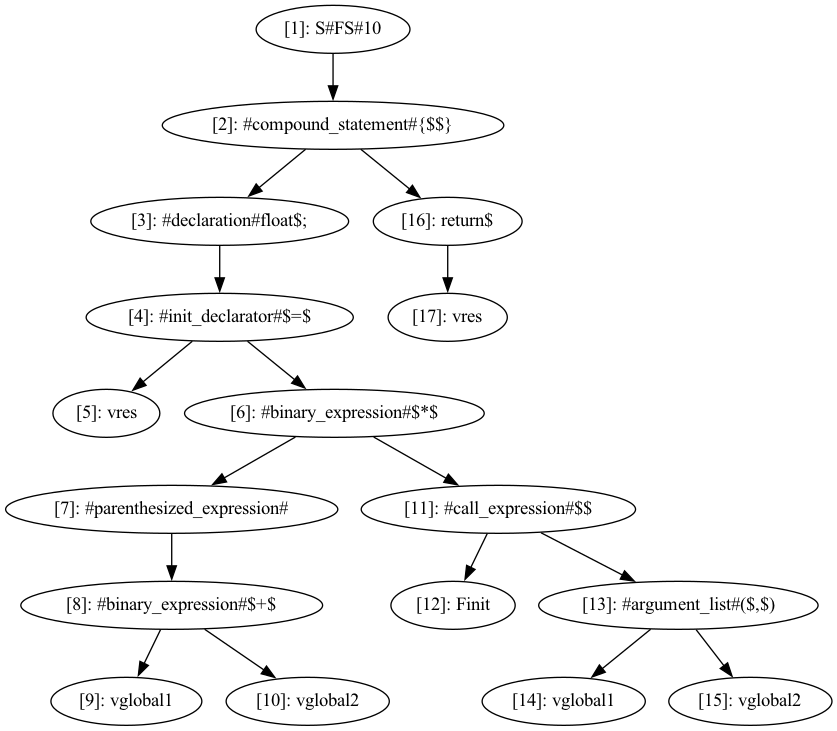
Above: cass.png in deryaerman/DIA-System-DS-Plagiarism-Checker-GIT (Graphviz), before the change. Its source is kept beside it as cass.dot.
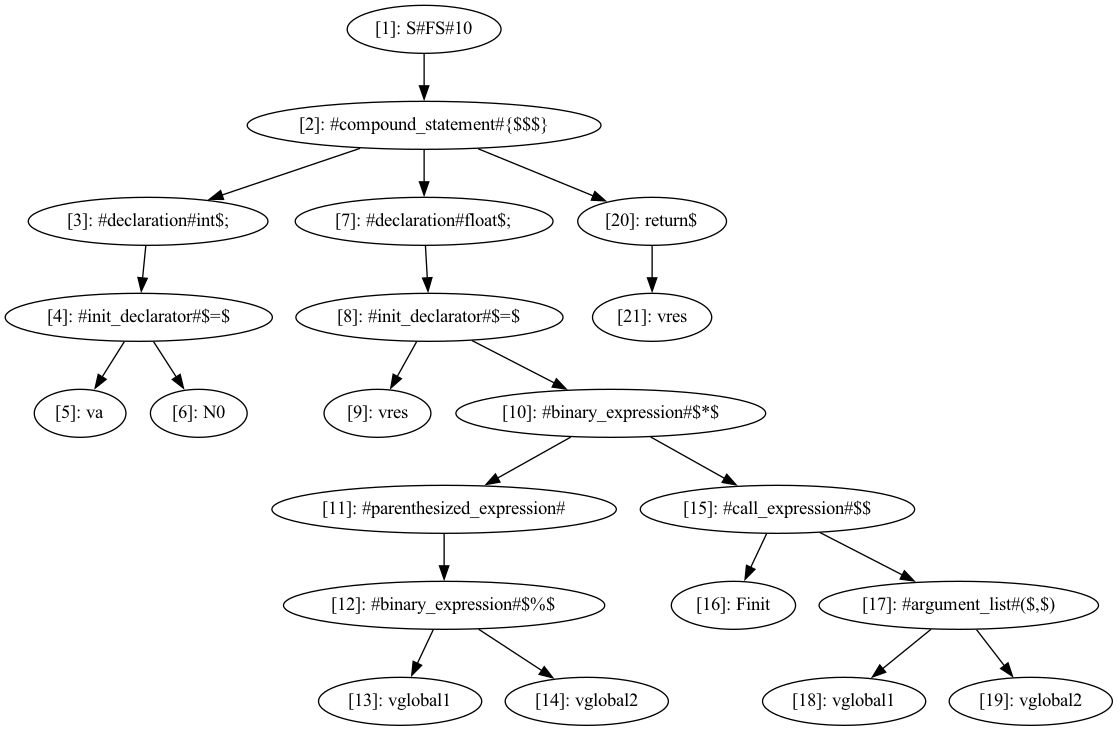
Later version of the same file.

Diff of the diagram source:
```diff
@@ -1,36 +1,44 @@
 digraph CASS {
   node [shape=ellipse];
   n1 [label="[1]: S#FS#10"];
-  n2 [label="[2]: #compound_statement#{$$}"];
-  n3 [label="[3]: #declaration#float$;"];
+  n2 [label="[2]: #compound_statement#{$$$}"];
+  n3 [label="[3]: #declaration#int$;"];
   n4 [label="[4]: #init_declarator#$=$"];
-  n5 [label="[5]: vres"];
-  n6 [label="[6]: #binary_expression#$*$"];
-  n7 [label="[7]: #parenthesized_expression#"];
-  n8 [label="[8]: #binary_expression#$+$"];
-  n9 [label="[9]: vglobal1"];
-  n10 [label="[10]: vglobal2"];
-  n11 [label="[11]: #call_expression#$$"];
-  n12 [label="[12]: Finit"];
-  n13 [label="[13]: #argument_list#($,$)"];
-  n14 [label="[14]: vglobal1"];
-  n15 [label="[15]: vglobal2"];
-  n16 [label="[16]: return$"];
-  n17 [label="[17]: vres"];
+  n5 [label="[5]: va"];
+  n6 [label="[6]: N0"];
+  n7 [label="[7]: #declaration#float$;"];
+  n8 [label="[8]: #init_declarator#$=$"];
+  n9 [label="[9]: vres"];
+  n10 [label="[10]: #binary_expression#$*$"];
+  n11 [label="[11]: #parenthesized_expression#"];
+  n12 [label="[12]: #binary_expression#$%$"];
+  n13 [label="[13]: vglobal1"];
+  n14 [label="[14]: vglobal2"];
+  n15 [label="[15]: #call_expression#$$"];
+  n16 [label="[16]: Finit"];
+  n17 [label="[17]: #argument_list#($,$)"];
+  n18 [label="[18]: vglobal1"];
+  n19 [label="[19]: vglobal2"];
+  n20 [label="[20]: return$"];
+  n21 [label="[21]: vres"];
   n1 -> n2;
   n2 -> n3;
   n3 -> n4;
   n4 -> n5;
   n4 -> n6;
-  n6 -> n7;
+  n2 -> n7;
   n7 -> n8;
   n8 -> n9;
   n8 -> n10;
-  n6 -> n11;
+  n10 -> n11;
   n11 -> n12;
-  n11 -> n13;
-  n13 -> n14;
-  n13 -> n15;
-  n2 -> n16;
-  n16 -> n17;
+  n12 -> n13;
+  n12 -> n14;
+  n10 -> n15;
+  n15 -> n16;
+  n15 -> n17;
+  n17 -> n18;
+  n17 -> n19;
+  n2 -> n20;
+  n20 -> n21;
 }
```
